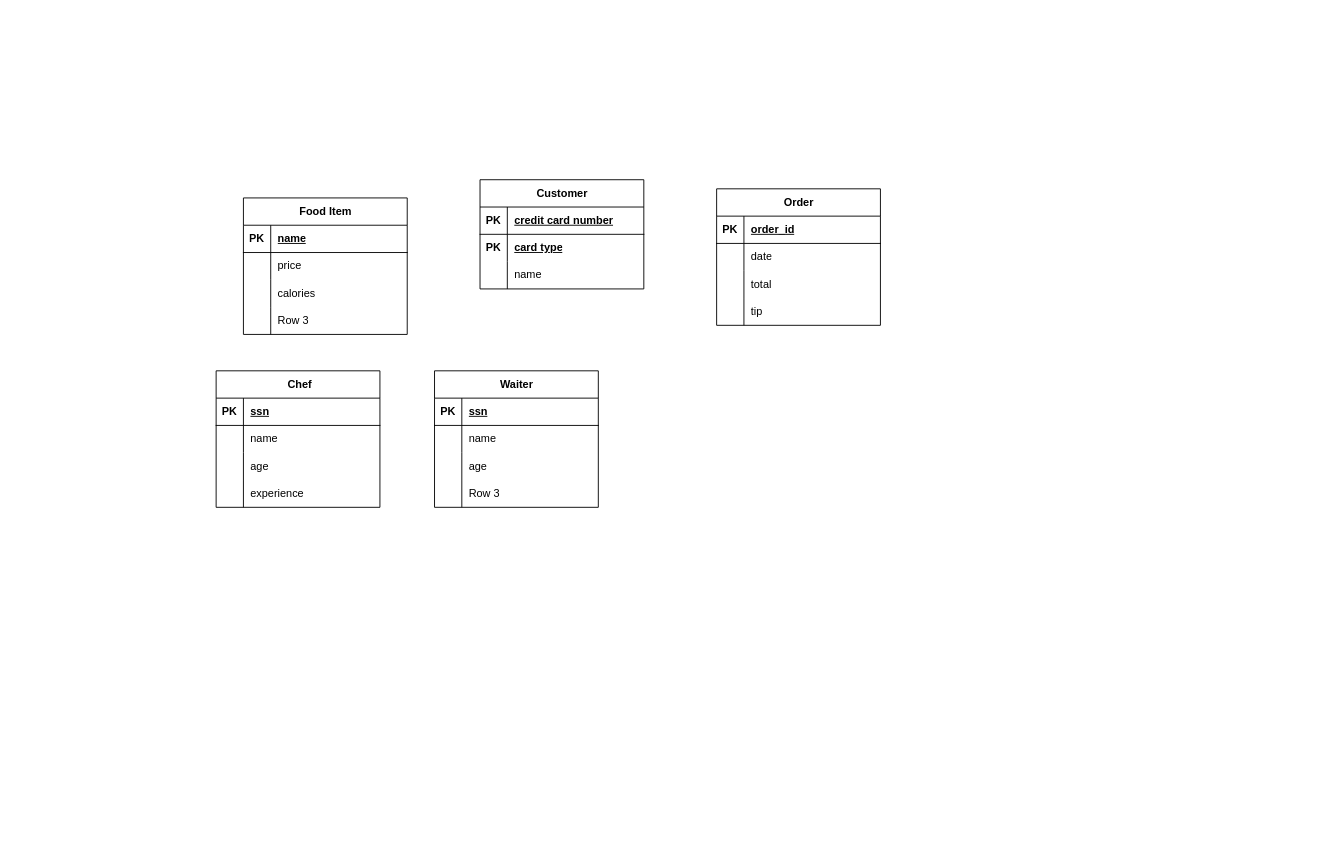
This is page "Page-1" (1 of 6) of Untitled Diagram.drawio from devanshkhandelwal/cs348, a draw.io file, before an edit. Source tidied: cells renumbered, new cells numbered last; positions are measured from the earlier drawing's top-left corner, leaving out a move shared by most shapes. Both pictures are drawn from the tidied source at 91%, with x=0, y=0 at pixel (216, 179).
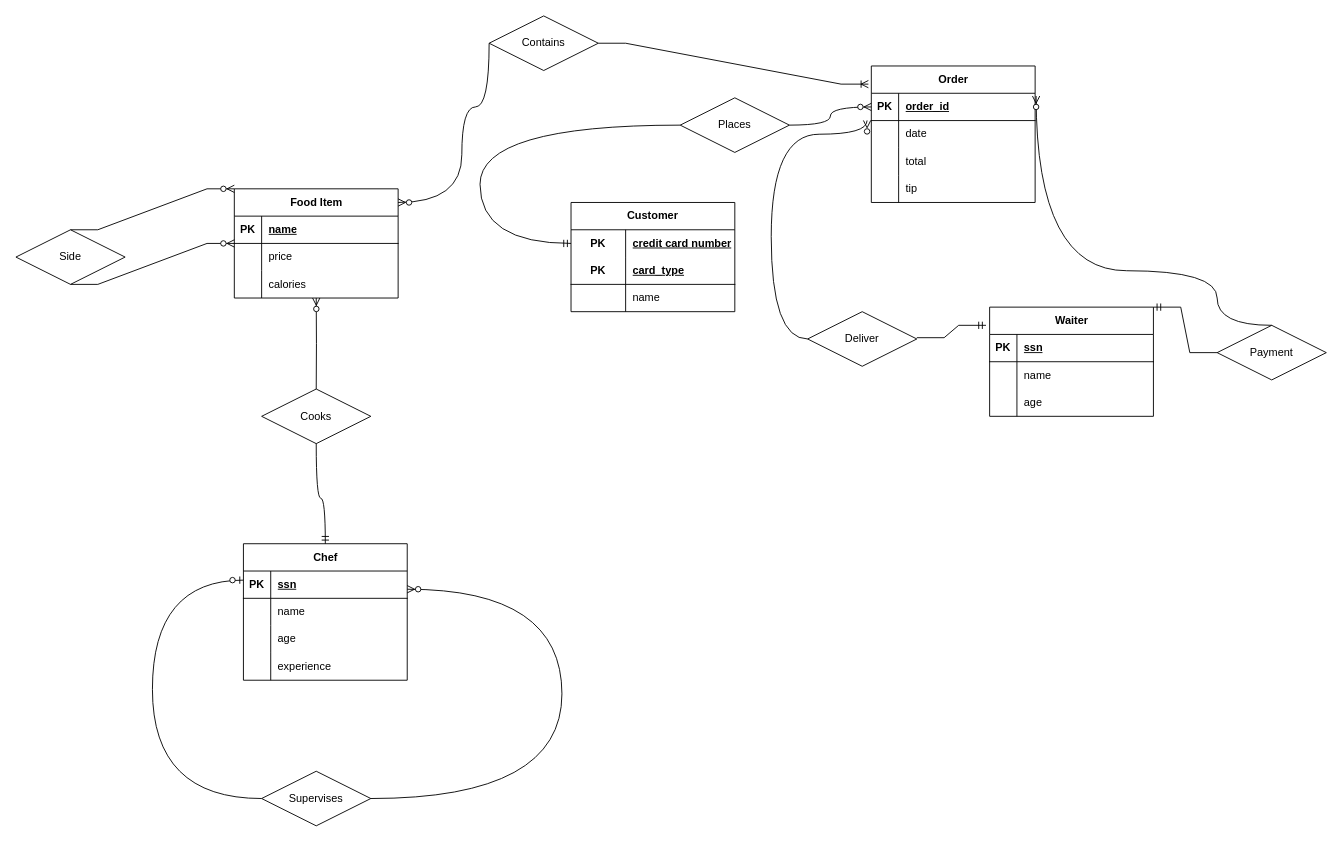
The same page after the edit.

Unchanged cells that the change refers to:
```xml
<mxCell id="19" style="shape=tableRow;horizontal=0;startSize=0;swimlaneHead=0;swimlaneBody=0;fillColor=none;points=[[0,0.5],[1,0.5]];portConstraint=eastwest;top=0;left=0;right=0;bottom=0;" parent="12" vertex="1">
  <mxGeometry y="90" width="180" height="30" as="geometry" />
</mxCell>
<mxCell id="26" style="shape=tableRow;horizontal=0;startSize=0;swimlaneHead=0;swimlaneBody=0;fillColor=none;points=[[0,0.5],[1,0.5]];portConstraint=eastwest;top=0;left=0;right=0;bottom=1;" parent="25" vertex="1">
  <mxGeometry y="30" width="180" height="30" as="geometry" />
</mxCell>
<mxCell id="29" style="shape=tableRow;horizontal=0;startSize=0;swimlaneHead=0;swimlaneBody=0;fillColor=none;points=[[0,0.5],[1,0.5]];portConstraint=eastwest;top=0;left=0;right=0;bottom=0;" parent="25" vertex="1">
  <mxGeometry y="60" width="180" height="30" as="geometry" />
</mxCell>
```

Change to the diagram source:
```diff
@@
-    <mxCell id="2" value="Customer" style="shape=table;startSize=30;childLayout=tableLayout;rowLines=0;fontStyle=1;align=center;html=1;" parent="1" vertex="1">
-      <mxGeometry x="290" width="180" height="120" as="geometry" />
-    </mxCell>
-    <mxCell id="3" style="shape=tableRow;horizontal=0;startSize=0;swimlaneHead=0;swimlaneBody=0;fillColor=none;top=0;left=0;right=0;bottom=1;perimeterSpacing=3;" parent="2" vertex="1">
-      <mxGeometry y="30" width="180" height="30" as="geometry" />
-    </mxCell>
-    <mxCell id="4" value="PK" style="shape=partialRectangle;fillColor=none;top=0;left=0;bottom=0;right=0;fontStyle=1;overflow=hidden;whiteSpace=wrap;html=1;perimeterSpacing=3;" parent="3" vertex="1">
-      <mxGeometry width="30" height="30" as="geometry" />
-    </mxCell>
-    <mxCell id="5" value="credit card number" style="shape=partialRectangle;fillColor=none;top=0;left=0;bottom=0;right=0;align=left;spacingLeft=6;fontStyle=5;overflow=hidden;whiteSpace=wrap;html=1;perimeterSpacing=3;" parent="3" vertex="1">
-      <mxGeometry x="30" width="150" height="30" as="geometry" />
-    </mxCell>
-    <mxCell id="6" style="shape=tableRow;horizontal=0;startSize=0;swimlaneHead=0;swimlaneBody=0;fillColor=none;top=0;left=0;right=0;bottom=0;perimeterSpacing=3;" parent="2" vertex="1">
-      <mxGeometry y="60" width="180" height="30" as="geometry" />
-    </mxCell>
-    <mxCell id="7" value="&lt;b&gt;PK&lt;/b&gt;" style="shape=partialRectangle;fillColor=none;top=0;left=0;bottom=0;right=0;overflow=hidden;whiteSpace=wrap;html=1;perimeterSpacing=3;" parent="6" vertex="1">
-      <mxGeometry width="30" height="30" as="geometry" />
-    </mxCell>
-    <mxCell id="8" value="&lt;b&gt;&lt;u&gt;card type&lt;/u&gt;&lt;/b&gt;" style="shape=partialRectangle;fillColor=none;top=0;left=0;bottom=0;right=0;align=left;spacingLeft=6;overflow=hidden;whiteSpace=wrap;html=1;strokeWidth=5;perimeterSpacing=3;" parent="6" vertex="1">
-      <mxGeometry x="30" width="150" height="30" as="geometry" />
-    </mxCell>
-    <mxCell id="9" style="shape=tableRow;horizontal=0;startSize=0;swimlaneHead=0;swimlaneBody=0;fillColor=none;top=0;left=0;right=0;bottom=0;perimeterSpacing=3;" parent="2" vertex="1">
-      <mxGeometry y="90" width="180" height="30" as="geometry" />
-    </mxCell>
-    <mxCell id="10" style="shape=partialRectangle;fillColor=none;top=0;left=0;bottom=0;right=0;overflow=hidden;whiteSpace=wrap;html=1;strokeColor=default;perimeterSpacing=3;" parent="9" vertex="1">
-      <mxGeometry width="30" height="30" as="geometry" />
-    </mxCell>
-    <mxCell id="11" value="name" style="shape=partialRectangle;fillColor=none;top=0;left=0;bottom=0;right=0;align=left;spacingLeft=6;overflow=hidden;whiteSpace=wrap;html=1;perimeterSpacing=3;" parent="9" vertex="1">
-      <mxGeometry x="30" width="150" height="30" as="geometry" />
-    </mxCell>
     <mxCell id="12" value="Food Item" style="shape=table;startSize=30;childLayout=tableLayout;rowLines=0;fontStyle=1;align=center;html=1;" parent="1" vertex="1">
-      <mxGeometry x="30" y="20" width="180" height="150" as="geometry" />
+      <mxGeometry x="20" y="10" width="180" height="120" as="geometry" />
     </mxCell>
@@
-    <mxCell id="22" style="shape=tableRow;horizontal=0;startSize=0;swimlaneHead=0;swimlaneBody=0;fillColor=none;top=0;left=0;right=0;bottom=0;" parent="12" vertex="1">
-      <mxGeometry y="120" width="180" height="30" as="geometry" />
-    </mxCell>
-    <mxCell id="23" style="shape=partialRectangle;fillColor=none;top=0;left=0;bottom=0;right=0;overflow=hidden;whiteSpace=wrap;html=1;" parent="22" vertex="1">
-      <mxGeometry width="30" height="30" as="geometry" />
-    </mxCell>
-    <mxCell id="24" value="Row 3" style="shape=partialRectangle;fillColor=none;top=0;left=0;bottom=0;right=0;align=left;spacingLeft=6;overflow=hidden;whiteSpace=wrap;html=1;" parent="22" vertex="1">
-      <mxGeometry x="30" width="150" height="30" as="geometry" />
-    </mxCell>
     <mxCell id="25" value="Order" style="shape=table;startSize=30;childLayout=tableLayout;rowLines=0;fontStyle=1;align=center;html=1;" parent="1" vertex="1">
-      <mxGeometry x="550" y="10" width="180" height="150" as="geometry" />
+      <mxGeometry x="720" y="-125" width="180" height="150" as="geometry" />
     </mxCell>
@@
     <mxCell id="38" value="Waiter" style="shape=table;startSize=30;childLayout=tableLayout;rowLines=0;fontStyle=1;align=center;html=1;" parent="1" vertex="1">
-      <mxGeometry x="240" y="210" width="180" height="150" as="geometry" />
+      <mxGeometry x="850" y="140" width="180" height="120" as="geometry" />
     </mxCell>
@@
-    <mxCell id="48" style="shape=tableRow;horizontal=0;startSize=0;swimlaneHead=0;swimlaneBody=0;fillColor=none;top=0;left=0;right=0;bottom=0;" parent="38" vertex="1">
-      <mxGeometry y="120" width="180" height="30" as="geometry" />
-    </mxCell>
-    <mxCell id="49" style="shape=partialRectangle;fillColor=none;top=0;left=0;bottom=0;right=0;overflow=hidden;whiteSpace=wrap;html=1;" parent="48" vertex="1">
-      <mxGeometry width="30" height="30" as="geometry" />
-    </mxCell>
-    <mxCell id="50" value="Row 3" style="shape=partialRectangle;fillColor=none;top=0;left=0;bottom=0;right=0;align=left;spacingLeft=6;overflow=hidden;whiteSpace=wrap;html=1;" parent="48" vertex="1">
-      <mxGeometry x="30" width="150" height="30" as="geometry" />
-    </mxCell>
-    <mxCell id="51" value="&amp;nbsp;Chef" style="shape=table;startSize=30;childLayout=tableLayout;rowLines=0;fontStyle=1;align=center;html=1;" parent="1" vertex="1">
-      <mxGeometry y="210" width="180" height="150" as="geometry" />
+    <mxCell id="51" value="Chef" style="shape=table;startSize=30;childLayout=tableLayout;rowLines=0;fontStyle=1;align=center;html=1;" parent="1" vertex="1">
+      <mxGeometry x="30" y="400" width="180" height="150" as="geometry" />
     </mxCell>
@@
+    <mxCell id="64" value="Side" style="shape=rhombus;perimeter=rhombusPerimeter;whiteSpace=wrap;html=1;align=center;" parent="1" vertex="1">
+      <mxGeometry x="-220" y="55" width="120" height="60" as="geometry" />
+    </mxCell>
+    <mxCell id="65" value="Places" style="shape=rhombus;perimeter=rhombusPerimeter;whiteSpace=wrap;html=1;align=center;" parent="1" vertex="1">
+      <mxGeometry x="510" y="-90" width="120" height="60" as="geometry" />
+    </mxCell>
+    <mxCell id="66" style="edgeStyle=orthogonalEdgeStyle;fontSize=12;html=1;endArrow=ERzeroToMany;endFill=1;rounded=0;entryX=0;entryY=0.5;entryDx=0;entryDy=0;exitX=1;exitY=0.5;exitDx=0;exitDy=0;curved=1;" parent="1" edge="1" source="65" target="26">
+      <mxGeometry relative="1" as="geometry" />
+    </mxCell>
+    <mxCell id="67" value="Deliver" style="shape=rhombus;perimeter=rhombusPerimeter;whiteSpace=wrap;html=1;align=center;" parent="1" vertex="1">
+      <mxGeometry x="650" y="145" width="120" height="60" as="geometry" />
+    </mxCell>
+    <mxCell id="68" value="Payment" style="shape=rhombus;perimeter=rhombusPerimeter;whiteSpace=wrap;html=1;align=center;" parent="1" vertex="1">
+      <mxGeometry x="1100" y="160" width="120" height="60" as="geometry" />
+    </mxCell>
+    <mxCell id="2" value="Customer" style="shape=table;startSize=30;childLayout=tableLayout;rowLines=0;fontStyle=1;align=center;html=1;whiteSpace=wrap;" parent="1" vertex="1">
+      <mxGeometry x="390" y="25" width="180" height="120" as="geometry" />
+    </mxCell>
+    <mxCell id="69" style="shape=tableRow;horizontal=0;startSize=0;swimlaneHead=0;swimlaneBody=0;fillColor=none;top=0;left=0;right=0;bottom=0;html=1;" parent="2" vertex="1">
+      <mxGeometry y="30" width="180" height="30" as="geometry" />
+    </mxCell>
+    <mxCell id="70" value="PK" style="shape=partialRectangle;fillColor=none;top=0;left=0;bottom=0;right=0;fontStyle=1;overflow=hidden;html=1;whiteSpace=wrap;" parent="69" vertex="1">
+      <mxGeometry width="60" height="30" as="geometry" />
+    </mxCell>
+    <mxCell id="5" value="credit card number" style="shape=partialRectangle;fillColor=none;top=0;left=0;bottom=0;right=0;align=left;spacingLeft=6;fontStyle=5;overflow=hidden;html=1;whiteSpace=wrap;" parent="69" vertex="1">
+      <mxGeometry x="60" width="120" height="30" as="geometry" />
+    </mxCell>
+    <mxCell id="71" style="shape=tableRow;horizontal=0;startSize=0;swimlaneHead=0;swimlaneBody=0;fillColor=none;top=0;left=0;right=0;bottom=1;html=1;" parent="2" vertex="1">
+      <mxGeometry y="60" width="180" height="30" as="geometry" />
+    </mxCell>
+    <mxCell id="72" value="PK" style="shape=partialRectangle;fillColor=none;top=0;left=0;bottom=0;right=0;fontStyle=1;overflow=hidden;html=1;whiteSpace=wrap;" parent="71" vertex="1">
+      <mxGeometry width="60" height="30" as="geometry" />
+    </mxCell>
+    <mxCell id="73" value="card_type" style="shape=partialRectangle;fillColor=none;top=0;left=0;bottom=0;right=0;align=left;spacingLeft=6;fontStyle=5;overflow=hidden;html=1;whiteSpace=wrap;" parent="71" vertex="1">
+      <mxGeometry x="60" width="120" height="30" as="geometry" />
+    </mxCell>
+    <mxCell id="74" style="shape=tableRow;horizontal=0;startSize=0;swimlaneHead=0;swimlaneBody=0;fillColor=none;top=0;left=0;right=0;bottom=0;html=1;" parent="2" vertex="1">
+      <mxGeometry y="90" width="180" height="30" as="geometry" />
+    </mxCell>
+    <mxCell id="75" style="shape=partialRectangle;fillColor=none;top=0;left=0;bottom=0;right=0;overflow=hidden;html=1;whiteSpace=wrap;" parent="74" vertex="1">
+      <mxGeometry width="60" height="30" as="geometry" />
+    </mxCell>
+    <mxCell id="11" value="name" style="shape=partialRectangle;fillColor=none;top=0;left=0;bottom=0;right=0;align=left;spacingLeft=6;overflow=hidden;html=1;whiteSpace=wrap;" parent="74" vertex="1">
+      <mxGeometry x="60" width="120" height="30" as="geometry" />
+    </mxCell>
+    <mxCell id="76" style="edgeStyle=orthogonalEdgeStyle;fontSize=12;html=1;endArrow=ERzeroToMany;endFill=1;rounded=0;curved=1;entryX=-0.026;entryY=-0.003;entryDx=0;entryDy=0;exitX=0;exitY=0.5;exitDx=0;exitDy=0;entryPerimeter=0;" parent="1" edge="1" source="67" target="29">
+      <mxGeometry relative="1" as="geometry">
+        <Array as="points">
+          <mxPoint x="610" y="175" />
+          <mxPoint x="610" y="-50" />
+          <mxPoint x="715" y="-50" />
+        </Array>
+      </mxGeometry>
+    </mxCell>
+    <mxCell id="77" style="edgeStyle=orthogonalEdgeStyle;fontSize=12;html=1;endArrow=ERzeroToMany;endFill=1;rounded=0;curved=1;exitX=0.5;exitY=0;exitDx=0;exitDy=0;entryX=1.006;entryY=0.1;entryDx=0;entryDy=0;entryPerimeter=0;" parent="1" edge="1" source="68" target="26">
+      <mxGeometry relative="1" as="geometry">
+        <Array as="points">
+          <mxPoint x="1100" y="160" />
+          <mxPoint x="1100" y="100" />
+          <mxPoint x="901" y="100" />
+        </Array>
+      </mxGeometry>
+    </mxCell>
+    <mxCell id="78" value="Supervises" style="shape=rhombus;perimeter=rhombusPerimeter;whiteSpace=wrap;html=1;align=center;" parent="1" vertex="1">
+      <mxGeometry x="50" y="650" width="120" height="60" as="geometry" />
+    </mxCell>
+    <mxCell id="79" style="edgeStyle=orthogonalEdgeStyle;fontSize=12;html=1;endArrow=ERzeroToMany;endFill=1;rounded=0;curved=1;exitX=1;exitY=0.5;exitDx=0;exitDy=0;" parent="1" edge="1" source="78">
+      <mxGeometry relative="1" as="geometry">
+        <mxPoint x="210" y="450" as="targetPoint" />
+        <Array as="points">
+          <mxPoint x="380" y="680" />
+          <mxPoint x="380" y="450" />
+        </Array>
+      </mxGeometry>
+    </mxCell>
+    <mxCell id="80" style="edgeStyle=entityRelationEdgeStyle;fontSize=12;html=1;endArrow=ERmandOne;rounded=0;entryX=1;entryY=0;entryDx=0;entryDy=0;exitX=0;exitY=0.5;exitDx=0;exitDy=0;" parent="1" edge="1" source="68" target="38">
+      <mxGeometry relative="1" as="geometry">
+        <Array as="points">
+          <mxPoint x="1120" y="295" />
+        </Array>
+      </mxGeometry>
+    </mxCell>
+    <mxCell id="81" style="edgeStyle=entityRelationEdgeStyle;fontSize=12;html=1;endArrow=ERmandOne;rounded=0;entryX=-0.022;entryY=0.137;entryDx=0;entryDy=0;entryPerimeter=0;" parent="1" edge="1">
+      <mxGeometry relative="1" as="geometry">
+        <mxPoint x="770" y="173.6" as="sourcePoint" />
+        <mxPoint x="846" y="160" as="targetPoint" />
+      </mxGeometry>
+    </mxCell>
+    <mxCell id="82" style="edgeStyle=orthogonalEdgeStyle;fontSize=12;html=1;endArrow=ERmandOne;rounded=0;curved=1;exitX=0;exitY=0.5;exitDx=0;exitDy=0;" parent="1" edge="1" source="65">
+      <mxGeometry relative="1" as="geometry">
+        <mxPoint x="390" y="70" as="targetPoint" />
+        <Array as="points">
+          <mxPoint x="290" y="-60" />
+          <mxPoint x="290" y="70" />
+        </Array>
+      </mxGeometry>
+    </mxCell>
+    <mxCell id="83" style="edgeStyle=entityRelationEdgeStyle;fontSize=12;html=1;endArrow=ERzeroToMany;endFill=1;rounded=0;exitX=0.5;exitY=0;exitDx=0;exitDy=0;entryX=0;entryY=0;entryDx=0;entryDy=0;" parent="1" edge="1">
+      <mxGeometry relative="1" as="geometry">
+        <mxPoint x="-160" y="115" as="sourcePoint" />
+        <mxPoint x="20" y="70" as="targetPoint" />
+        <Array as="points">
+          <mxPoint x="-10" y="90" />
+          <mxPoint x="-80" y="140" />
+          <mxPoint x="-90" y="170" />
+        </Array>
+      </mxGeometry>
+    </mxCell>
+    <mxCell id="84" value="Contains" style="shape=rhombus;perimeter=rhombusPerimeter;whiteSpace=wrap;html=1;align=center;" parent="1" vertex="1">
+      <mxGeometry x="300" y="-180" width="120" height="60" as="geometry" />
+    </mxCell>
+    <mxCell id="85" style="edgeStyle=orthogonalEdgeStyle;fontSize=12;html=1;endArrow=ERzeroToMany;endFill=1;rounded=0;curved=1;exitX=0;exitY=0.5;exitDx=0;exitDy=0;" parent="1" edge="1" source="84">
+      <mxGeometry relative="1" as="geometry">
+        <mxPoint x="200" y="25" as="targetPoint" />
+        <Array as="points">
+          <mxPoint x="300" y="-80" />
+          <mxPoint x="270" y="-80" />
+          <mxPoint x="270" y="25" />
+        </Array>
+      </mxGeometry>
+    </mxCell>
+    <mxCell id="86" style="edgeStyle=entityRelationEdgeStyle;fontSize=12;html=1;endArrow=ERoneToMany;rounded=0;entryX=-0.018;entryY=0.133;entryDx=0;entryDy=0;entryPerimeter=0;" parent="1" edge="1" target="25">
+      <mxGeometry relative="1" as="geometry">
+        <mxPoint x="420" y="-150" as="sourcePoint" />
+      </mxGeometry>
+    </mxCell>
+    <mxCell id="87" style="edgeStyle=entityRelationEdgeStyle;fontSize=12;html=1;endArrow=ERzeroToMany;endFill=1;rounded=0;exitX=0.5;exitY=0;exitDx=0;exitDy=0;entryX=0;entryY=0;entryDx=0;entryDy=0;" parent="1" edge="1">
+      <mxGeometry relative="1" as="geometry">
+        <mxPoint x="-160" y="55" as="sourcePoint" />
+        <mxPoint x="20" y="10" as="targetPoint" />
+        <Array as="points">
+          <mxPoint x="-10" y="30" />
+          <mxPoint x="-80" y="80" />
+          <mxPoint y="40" />
+          <mxPoint x="-90" y="110" />
+        </Array>
+      </mxGeometry>
+    </mxCell>
+    <mxCell id="88" value="Cooks" style="shape=rhombus;perimeter=rhombusPerimeter;whiteSpace=wrap;html=1;align=center;" parent="1" vertex="1">
+      <mxGeometry x="50" y="230" width="120" height="60" as="geometry" />
+    </mxCell>
+    <mxCell id="89" style="edgeStyle=orthogonalEdgeStyle;fontSize=12;html=1;endArrow=ERzeroToOne;endFill=1;rounded=0;curved=1;exitX=0;exitY=0.5;exitDx=0;exitDy=0;" parent="1" edge="1" source="78">
+      <mxGeometry relative="1" as="geometry">
+        <mxPoint x="30" y="440" as="targetPoint" />
+        <Array as="points">
+          <mxPoint x="-70" y="680" />
+          <mxPoint x="-70" y="440" />
+        </Array>
+      </mxGeometry>
+    </mxCell>
+    <mxCell id="90" style="edgeStyle=orthogonalEdgeStyle;fontSize=12;html=1;endArrow=ERmandOne;rounded=0;curved=1;entryX=0.5;entryY=0;entryDx=0;entryDy=0;exitX=0.5;exitY=1;exitDx=0;exitDy=0;" parent="1" edge="1" source="88" target="51">
+      <mxGeometry relative="1" as="geometry">
+        <Array as="points">
+          <mxPoint x="110" y="350" />
+          <mxPoint x="120" y="350" />
+        </Array>
+      </mxGeometry>
+    </mxCell>
+    <mxCell id="91" style="edgeStyle=orthogonalEdgeStyle;fontSize=12;html=1;endArrow=ERzeroToMany;endFill=1;rounded=0;curved=1;entryX=0.5;entryY=1;entryDx=0;entryDy=0;entryPerimeter=0;" parent="1" edge="1" target="19">
+      <mxGeometry relative="1" as="geometry">
+        <mxPoint x="110" y="230" as="sourcePoint" />
+      </mxGeometry>
+    </mxCell>
```
